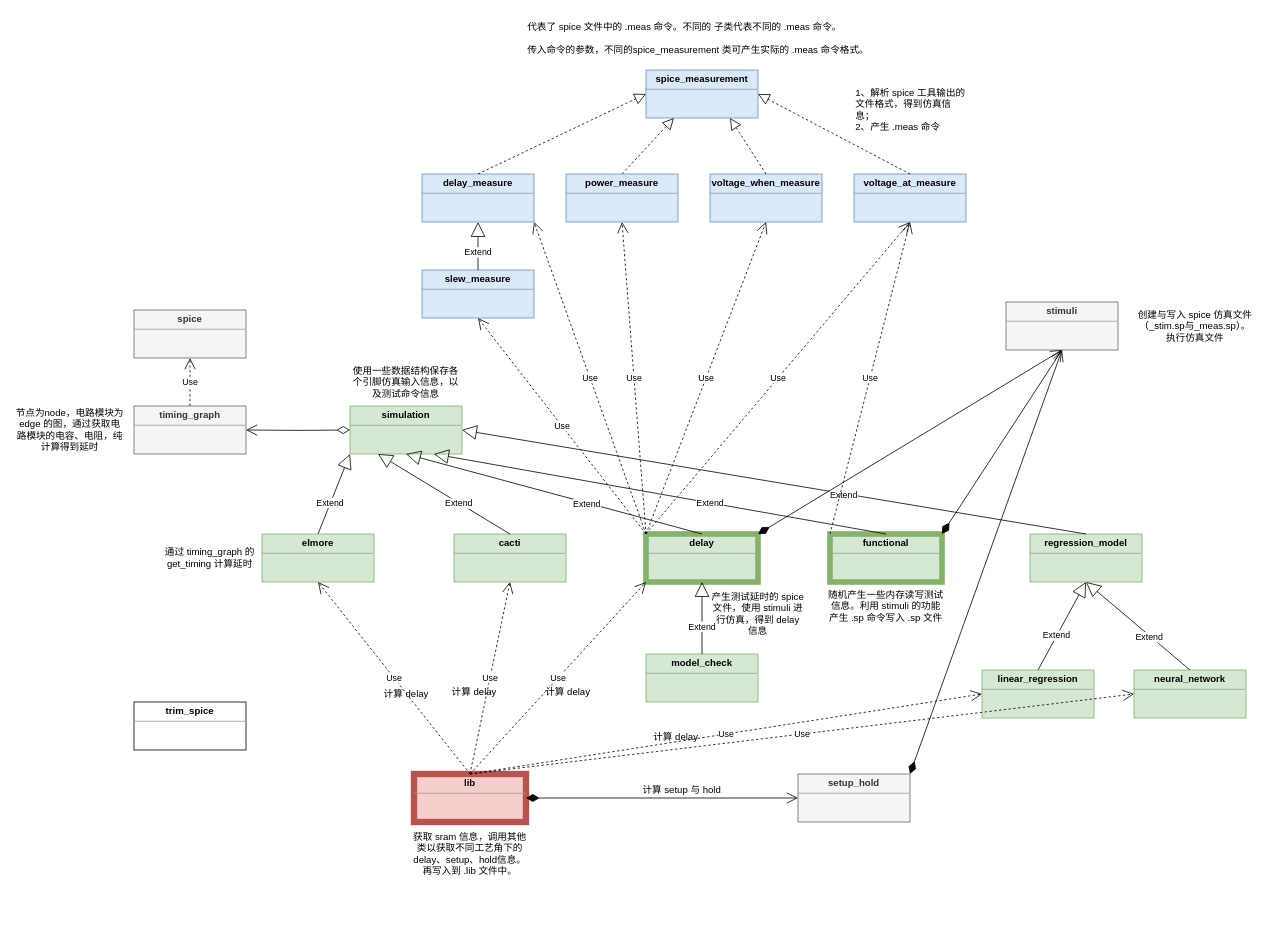
The draw.io diagram docs/openram-analysis/characterizer/类图.drawio in MoleSir/XTaro, before the edit. Source tidied: cells renumbered, new cells numbered last; positions are measured from the earlier drawing's top-left corner, leaving out a move shared by most shapes. Both pictures are drawn from the tidied source at 80%, with x=0, y=0 at pixel (14, 14).
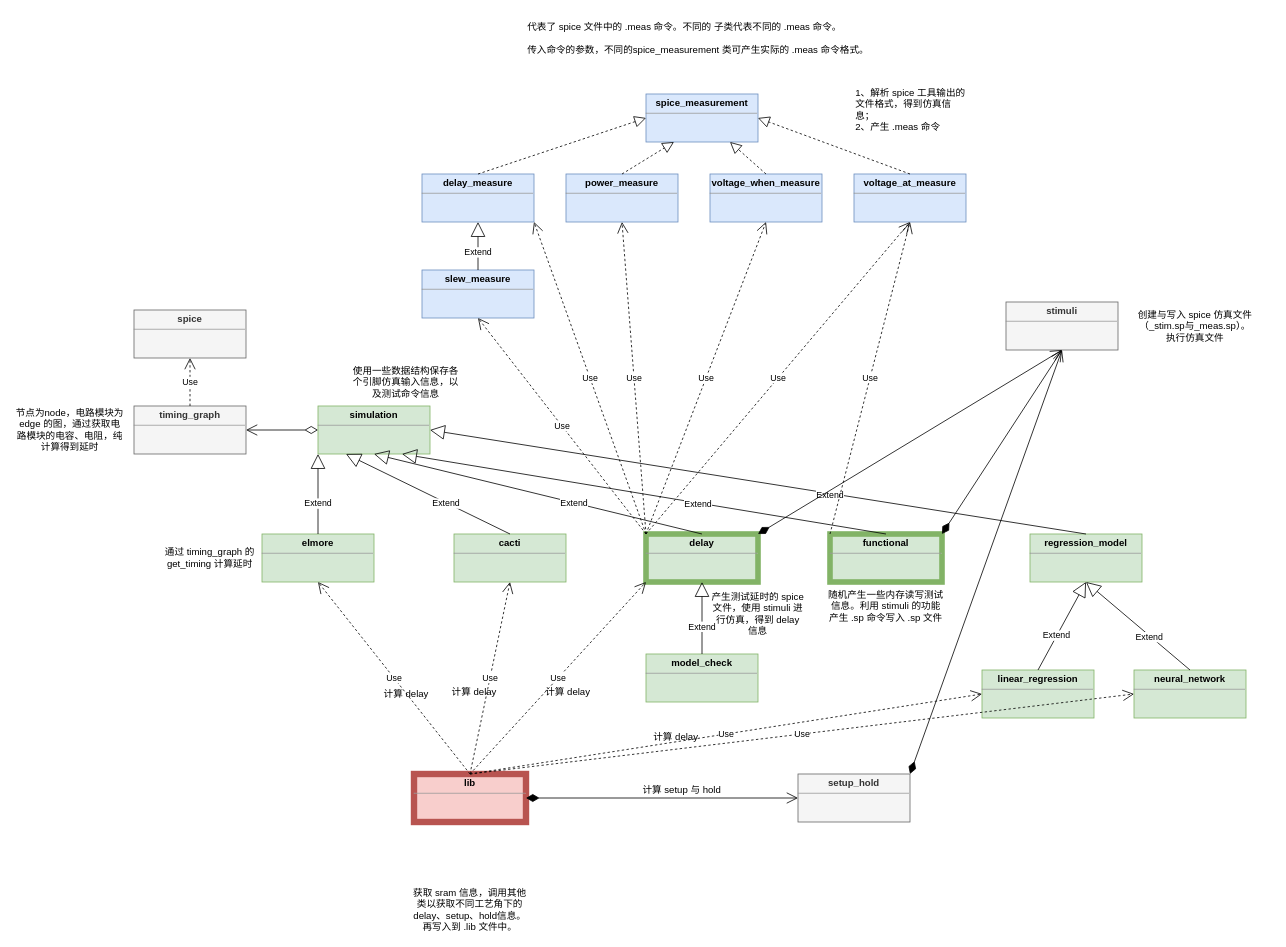
The same page after the edit.

Unchanged cells that the change refers to:
```xml
<mxCell id="12" value="&lt;p style=&quot;margin: 0px ; margin-top: 4px ; text-align: center&quot;&gt;&lt;b&gt;timing_graph&lt;/b&gt;&lt;/p&gt;&lt;hr size=&quot;1&quot;&gt;&lt;div style=&quot;height: 2px&quot;&gt;&lt;/div&gt;" style="verticalAlign=top;align=left;overflow=fill;fontSize=12;fontFamily=Helvetica;html=1;fillColor=#f5f5f5;strokeColor=#666666;fontColor=#333333;" parent="1" vertex="1">
  <mxGeometry x="150" y="490" width="140" height="60" as="geometry" />
</mxCell>
```

The edit, as a diff of the source:
```diff
@@
     <mxCell id="2" value="&lt;p style=&quot;margin: 0px ; margin-top: 4px ; text-align: center&quot;&gt;&lt;b&gt;simulation&lt;/b&gt;&lt;/p&gt;&lt;hr size=&quot;1&quot;&gt;&lt;div style=&quot;height: 2px&quot;&gt;&lt;/div&gt;" style="verticalAlign=top;align=left;overflow=fill;fontSize=12;fontFamily=Helvetica;html=1;fillColor=#d5e8d4;strokeColor=#82b366;" parent="1" vertex="1">
-      <mxGeometry x="420" y="490" width="140" height="60" as="geometry" />
+      <mxGeometry x="380" y="490" width="140" height="60" as="geometry" />
     </mxCell>
@@
-    <mxCell id="11" value="&lt;p style=&quot;margin: 0px ; margin-top: 4px ; text-align: center&quot;&gt;&lt;b&gt;trim_spice&lt;/b&gt;&lt;/p&gt;&lt;hr size=&quot;1&quot;&gt;&lt;div style=&quot;height: 2px&quot;&gt;&lt;/div&gt;" style="verticalAlign=top;align=left;overflow=fill;fontSize=12;fontFamily=Helvetica;html=1;" parent="1" vertex="1">
-      <mxGeometry x="150" y="860" width="140" height="60" as="geometry" />
-    </mxCell>
@@
     <mxCell id="13" value="&lt;p style=&quot;margin: 0px ; margin-top: 4px ; text-align: center&quot;&gt;&lt;b&gt;spice_measurement&lt;/b&gt;&lt;/p&gt;&lt;hr size=&quot;1&quot;&gt;&lt;div style=&quot;height: 2px&quot;&gt;&lt;/div&gt;" style="verticalAlign=top;align=left;overflow=fill;fontSize=12;fontFamily=Helvetica;html=1;fillColor=#dae8fc;strokeColor=#6c8ebf;" parent="1" vertex="1">
-      <mxGeometry x="790" y="70" width="140" height="60" as="geometry" />
+      <mxGeometry x="790" y="100" width="140" height="60" as="geometry" />
     </mxCell>
@@
-    <mxCell id="48" style="endArrow=open;html=1;endSize=12;startArrow=diamondThin;startSize=14;startFill=0;edgeStyle=orthogonalEdgeStyle;align=left;verticalAlign=bottom;entryX=1;entryY=0.5;entryDx=0;entryDy=0;" parent="1" edge="1" target="12">
-      <mxGeometry x="-0.75" y="-20" relative="1" as="geometry">
-        <mxPoint x="420" y="520" as="sourcePoint" />
-      </mxGeometry>
+    <mxCell id="48" style="endArrow=open;html=1;endSize=12;startArrow=diamondThin;startSize=14;startFill=0;edgeStyle=orthogonalEdgeStyle;align=left;verticalAlign=bottom;entryX=1;entryY=0.5;entryDx=0;entryDy=0;exitX=0;exitY=0.5;exitDx=0;exitDy=0;" parent="1" edge="1" source="2" target="12">
+      <mxGeometry x="-0.75" y="-20" relative="1" as="geometry" />
     </mxCell>
@@
     <mxCell id="70" value="获取 sram 信息，调用其他类以获取不同工艺角下的delay、setup、hold信息。&lt;br&gt;再写入到 .lib 文件中。" style="text;html=1;strokeColor=none;fillColor=none;align=center;verticalAlign=middle;whiteSpace=wrap;rounded=0;" parent="1" vertex="1">
-      <mxGeometry x="495" y="1020" width="150" height="60" as="geometry" />
+      <mxGeometry x="495" y="1090" width="150" height="60" as="geometry" />
     </mxCell>
```
